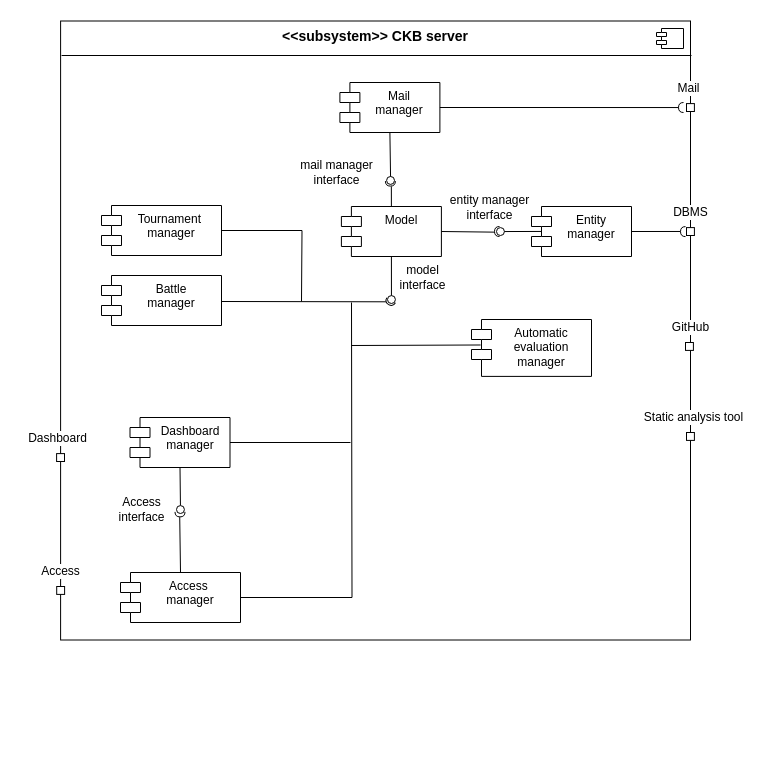
The draw.io diagram page "component view" (3 of 3) of diagrams/architecture/hl-system.drawio in mttcrn/software-engineering-II-project, before the edit. Source tidied: cells renumbered, new cells numbered last; positions are measured from the earlier drawing's top-left corner, leaving out a move shared by most shapes. Both pictures are drawn from the tidied source at 100%, with x=0, y=0 at pixel (17, 20).
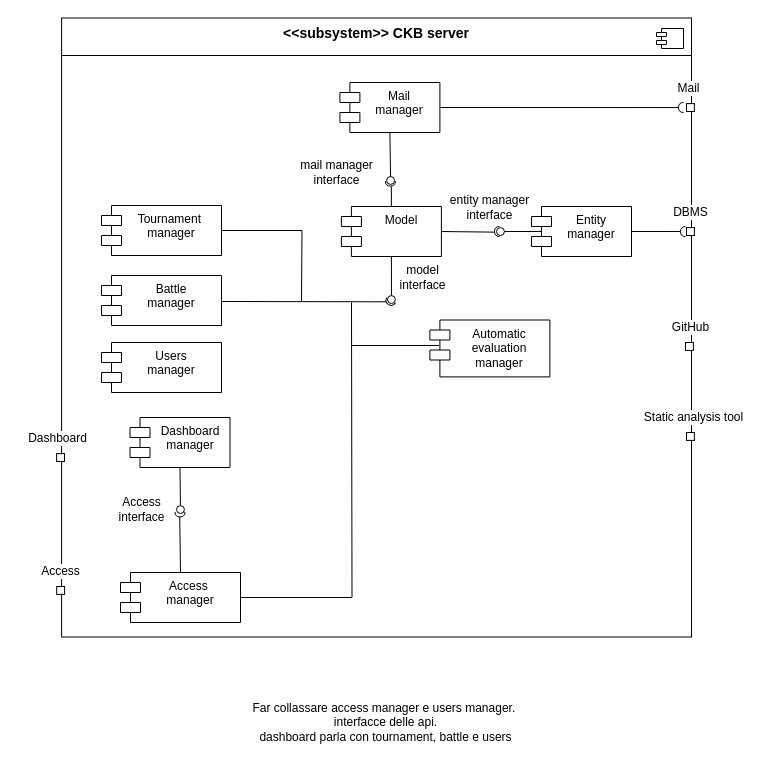
The same diagram, later.

The change refers to these unchanged cells:
```xml
<mxCell id="11" value="Dashboard manager" style="shape=module;align=center;spacingLeft=20;align=center;verticalAlign=top;whiteSpace=wrap;html=1;" parent="1" vertex="1">
  <mxGeometry x="112.5" y="397" width="100" height="50" as="geometry" />
</mxCell>
```

Diff of the diagram source:
```diff
@@
     <mxCell id="2" value="&lt;&lt;subsystem&gt;&gt; CKB server" style="fontStyle=1;align=center;verticalAlign=top;horizontal=1;fontSize=14;" parent="1" vertex="1">
-      <mxGeometry x="43.1" y="0.5" width="629.9" height="619" as="geometry" />
+      <mxGeometry x="44.1" y="-2.5" width="629.9" height="619" as="geometry" />
     </mxCell>
@@
-    <mxCell id="10" style="rounded=0;jettySize=auto;html=1;endArrow=none;endFill=0;entryX=1;entryY=0.5;entryDx=0;entryDy=0;" parent="1" edge="1" target="11">
-      <mxGeometry relative="1" as="geometry">
-        <mxPoint x="333" y="422" as="sourcePoint" />
-      </mxGeometry>
-    </mxCell>
@@
     <mxCell id="34" value="Automatic evaluation manager" style="shape=module;align=center;spacingLeft=20;align=center;verticalAlign=top;whiteSpace=wrap;html=1;" parent="1" vertex="1">
-      <mxGeometry x="454" y="299" width="120" height="56.9" as="geometry" />
+      <mxGeometry x="412.4" y="299.5" width="120" height="56.9" as="geometry" />
     </mxCell>
@@
+    <mxCell id="53" value="Users&lt;br&gt;manager" style="shape=module;align=center;spacingLeft=20;align=center;verticalAlign=top;whiteSpace=wrap;html=1;" parent="1" vertex="1">
+      <mxGeometry x="84" y="322" width="120" height="50" as="geometry" />
+    </mxCell>
+    <mxCell id="54" value="Far collassare access manager e users manager.&amp;nbsp;&lt;br&gt;interfacce delle api.&lt;br&gt;dashboard parla con tournament, battle e users" style="text;html=1;align=center;verticalAlign=middle;strokeColor=none;fillColor=none;" parent="1" vertex="1">
+      <mxGeometry x="223" y="672" width="290" height="60" as="geometry" />
+    </mxCell>
```
